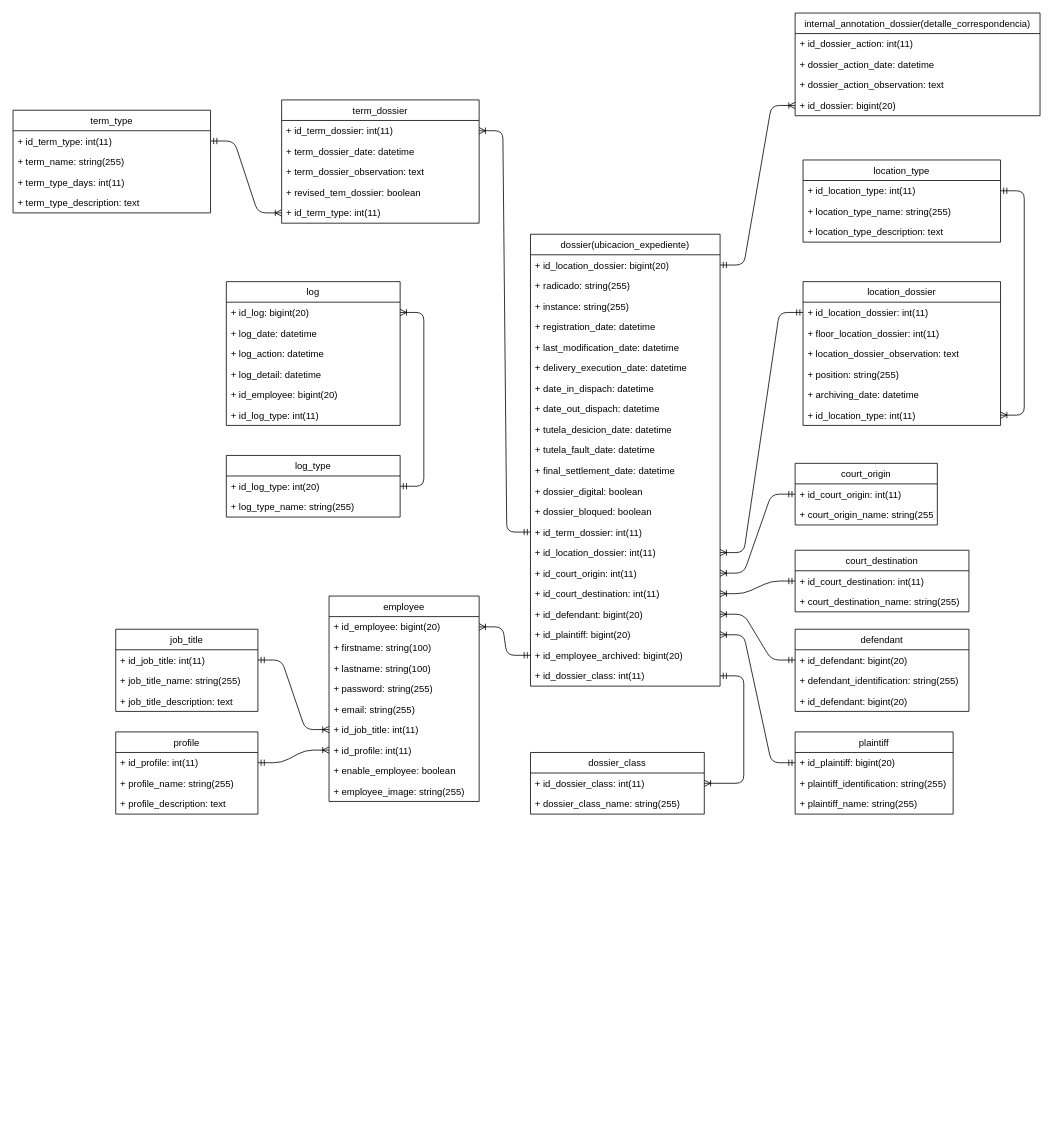
jonanv/ejecucion2 keeps this draw.io diagram as laborales/database/laborales.drawio. Above is the earlier version. Source tidied: cells renumbered, new cells numbered last; positions are measured from the earlier drawing's top-left corner, leaving out a move shared by most shapes. Both pictures are drawn from the tidied source at 79%, with x=0, y=0 at pixel (13, 13).
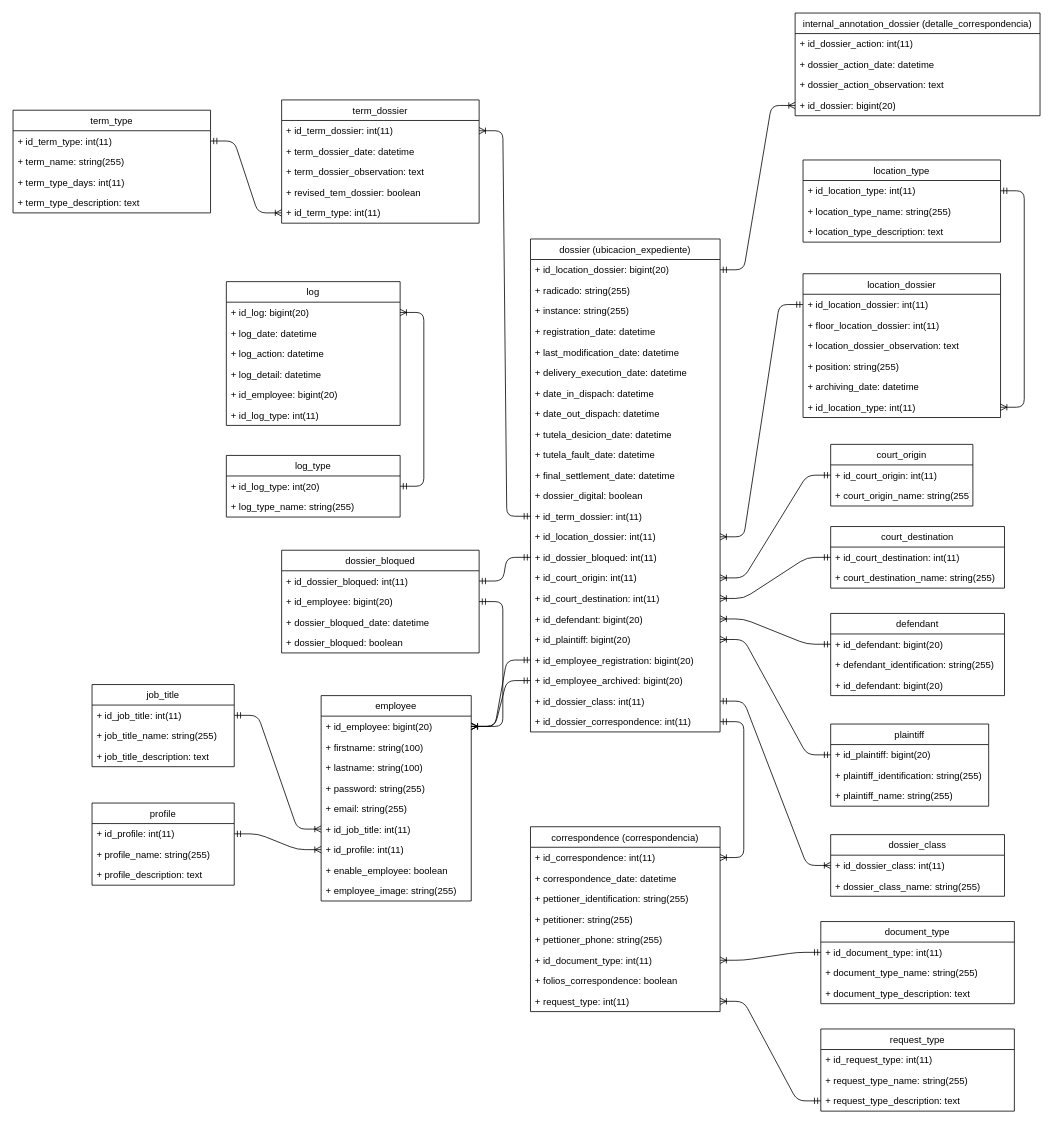
The same diagram, later.

The change refers to these unchanged cells:
```xml
<mxCell id="3" value="+ id_employee: bigint(20)" style="text;strokeColor=none;fillColor=none;align=left;verticalAlign=top;spacingLeft=4;spacingRight=4;overflow=hidden;points=[[0,0.5],[1,0.5]];portConstraint=eastwest;" parent="2" vertex="1">
  <mxGeometry y="26" width="190" height="26" as="geometry" />
</mxCell>
```

Change to the diagram source:
```diff
@@
     <mxCell id="2" value="employee" style="swimlane;fontStyle=0;horizontal=1;startSize=26;fillColor=none;" parent="1" vertex="1">
-      <mxGeometry x="400" y="738" width="190" height="260" as="geometry" />
+      <mxGeometry x="390" y="864" width="190" height="260" as="geometry" />
     </mxCell>
@@
     <mxCell id="12" value="job_title" style="swimlane;fontStyle=0;horizontal=1;startSize=26;fillColor=none;" parent="1" vertex="1">
-      <mxGeometry x="130" y="780" width="180" height="104" as="geometry" />
+      <mxGeometry x="100" y="850" width="180" height="104" as="geometry" />
     </mxCell>
@@
     <mxCell id="17" value="profile" style="swimlane;fontStyle=0;horizontal=1;startSize=26;fillColor=none;" parent="1" vertex="1">
-      <mxGeometry x="130" y="910" width="180" height="104" as="geometry" />
+      <mxGeometry x="100" y="1000" width="180" height="104" as="geometry" />
     </mxCell>
@@
     <mxCell id="22" value="defendant" style="swimlane;fontStyle=0;horizontal=1;startSize=26;fillColor=none;" parent="1" vertex="1">
-      <mxGeometry x="990" y="780" width="220" height="104" as="geometry" />
+      <mxGeometry x="1035" y="760" width="220" height="104" as="geometry" />
     </mxCell>
@@
     <mxCell id="26" value="plaintiff" style="swimlane;fontStyle=0;horizontal=1;startSize=26;fillColor=none;" parent="1" vertex="1">
-      <mxGeometry x="990" y="910" width="200" height="104" as="geometry" />
+      <mxGeometry x="1035" y="900" width="200" height="104" as="geometry" />
     </mxCell>
@@
     <mxCell id="30" value="court_origin" style="swimlane;fontStyle=0;horizontal=1;startSize=26;fillColor=none;" parent="1" vertex="1">
-      <mxGeometry x="990" y="570" width="180" height="78" as="geometry" />
+      <mxGeometry x="1035" y="546" width="180" height="78" as="geometry" />
     </mxCell>
@@
     <mxCell id="33" value="court_destination" style="swimlane;fontStyle=0;horizontal=1;startSize=26;fillColor=none;" parent="1" vertex="1">
-      <mxGeometry x="990" y="680" width="220" height="78" as="geometry" />
+      <mxGeometry x="1035" y="650" width="220" height="78" as="geometry" />
     </mxCell>
@@
-    <mxCell id="36" value="dossier(ubicacion_expediente)" style="swimlane;fontStyle=0;horizontal=1;startSize=26;fillColor=none;" parent="1" vertex="1">
-      <mxGeometry x="655" y="280" width="240" height="572" as="geometry" />
+    <mxCell id="36" value="dossier (ubicacion_expediente)" style="swimlane;fontStyle=0;horizontal=1;startSize=26;fillColor=none;" parent="1" vertex="1">
+      <mxGeometry x="655" y="286" width="240" height="624" as="geometry" />
     </mxCell>
@@
-    <mxCell id="49" value="+ dossier_bloqued: boolean" style="text;strokeColor=none;fillColor=none;align=left;verticalAlign=top;spacingLeft=4;spacingRight=4;overflow=hidden;" parent="36" vertex="1">
-      <mxGeometry y="338" width="240" height="26" as="geometry" />
-    </mxCell>
     <mxCell id="50" value="+ id_term_dossier: int(11)" style="text;strokeColor=none;fillColor=none;align=left;verticalAlign=top;spacingLeft=4;spacingRight=4;overflow=hidden;points=[[0,0.5],[1,0.5]];portConstraint=eastwest;" parent="36" vertex="1">
-      <mxGeometry y="364" width="240" height="26" as="geometry" />
+      <mxGeometry y="338" width="240" height="26" as="geometry" />
     </mxCell>
     <mxCell id="51" value="+ id_location_dossier: int(11)" style="text;strokeColor=none;fillColor=none;align=left;verticalAlign=top;spacingLeft=4;spacingRight=4;overflow=hidden;points=[[0,0.5],[1,0.5]];portConstraint=eastwest;" parent="36" vertex="1">
-      <mxGeometry y="390" width="240" height="26" as="geometry" />
+      <mxGeometry y="364" width="240" height="26" as="geometry" />
     </mxCell>
+    <mxCell id="110" value="+ id_dossier_bloqued: int(11)" style="text;strokeColor=none;fillColor=none;align=left;verticalAlign=top;spacingLeft=4;spacingRight=4;overflow=hidden;points=[[0,0.5],[1,0.5]];portConstraint=eastwest;" parent="36" vertex="1">
+      <mxGeometry y="390" width="240" height="26" as="geometry" />
+    </mxCell>
@@
+    <mxCell id="111" value="+ id_employee_registration: bigint(20)" style="text;strokeColor=none;fillColor=none;align=left;verticalAlign=top;spacingLeft=4;spacingRight=4;overflow=hidden;points=[[0,0.5],[1,0.5]];portConstraint=eastwest;" parent="36" vertex="1">
+      <mxGeometry y="520" width="240" height="26" as="geometry" />
+    </mxCell>
     <mxCell id="56" value="+ id_employee_archived: bigint(20)" style="text;strokeColor=none;fillColor=none;align=left;verticalAlign=top;spacingLeft=4;spacingRight=4;overflow=hidden;points=[[0,0.5],[1,0.5]];portConstraint=eastwest;" parent="36" vertex="1">
-      <mxGeometry y="520" width="240" height="26" as="geometry" />
+      <mxGeometry y="546" width="240" height="26" as="geometry" />
     </mxCell>
     <mxCell id="57" value="+ id_dossier_class: int(11)" style="text;strokeColor=none;fillColor=none;align=left;verticalAlign=top;spacingLeft=4;spacingRight=4;overflow=hidden;points=[[0,0.5],[1,0.5]];portConstraint=eastwest;" parent="36" vertex="1">
-      <mxGeometry y="546" width="240" height="26" as="geometry" />
+      <mxGeometry y="572" width="240" height="26" as="geometry" />
     </mxCell>
+    <mxCell id="112" value="+ id_dossier_correspondence: int(11)" style="text;strokeColor=none;fillColor=none;align=left;verticalAlign=top;spacingLeft=4;spacingRight=4;overflow=hidden;points=[[0,0.5],[1,0.5]];portConstraint=eastwest;" parent="36" vertex="1">
+      <mxGeometry y="598" width="240" height="26" as="geometry" />
+    </mxCell>
@@
     <mxCell id="63" value="dossier_class" style="swimlane;fontStyle=0;horizontal=1;startSize=26;fillColor=none;" parent="1" vertex="1">
-      <mxGeometry x="655" y="936" width="220" height="78" as="geometry" />
+      <mxGeometry x="1035" y="1040" width="220" height="78" as="geometry" />
     </mxCell>
@@
-    <mxCell id="78" value="internal_annotation_dossier(detalle_correspondencia)" style="swimlane;fontStyle=0;horizontal=1;startSize=26;fillColor=none;" parent="1" vertex="1">
+    <mxCell id="78" value="internal_annotation_dossier (detalle_correspondencia)" style="swimlane;fontStyle=0;horizontal=1;startSize=26;fillColor=none;" parent="1" vertex="1">
       <mxGeometry x="990" width="310" height="130" as="geometry" />
     </mxCell>
@@
     <mxCell id="94" value="location_dossier" style="swimlane;fontStyle=0;horizontal=1;startSize=26;fillColor=none;" parent="1" vertex="1">
-      <mxGeometry x="1000" y="340" width="250" height="182" as="geometry" />
+      <mxGeometry x="1000" y="330" width="250" height="182" as="geometry" />
     </mxCell>
@@
+    <mxCell id="113" value="correspondence (correspondencia)" style="swimlane;fontStyle=0;horizontal=1;startSize=26;fillColor=none;" parent="1" vertex="1">
+      <mxGeometry x="655" y="1030" width="240" height="234" as="geometry" />
+    </mxCell>
+    <mxCell id="114" value="+ id_correspondence: int(11)" style="text;strokeColor=none;fillColor=none;align=left;verticalAlign=top;spacingLeft=4;spacingRight=4;overflow=hidden;points=[[0,0.5],[1,0.5]];portConstraint=eastwest;" parent="113" vertex="1">
+      <mxGeometry y="26" width="240" height="26" as="geometry" />
+    </mxCell>
+    <mxCell id="115" value="+ correspondence_date: datetime" style="text;strokeColor=none;fillColor=none;align=left;verticalAlign=top;spacingLeft=4;spacingRight=4;overflow=hidden;" parent="113" vertex="1">
+      <mxGeometry y="52" width="240" height="26" as="geometry" />
+    </mxCell>
+    <mxCell id="116" value="+ pettioner_identification: string(255)" style="text;strokeColor=none;fillColor=none;align=left;verticalAlign=top;spacingLeft=4;spacingRight=4;overflow=hidden;" parent="113" vertex="1">
+      <mxGeometry y="78" width="240" height="26" as="geometry" />
+    </mxCell>
+    <mxCell id="117" value="+ petitioner: string(255)" style="text;strokeColor=none;fillColor=none;align=left;verticalAlign=top;spacingLeft=4;spacingRight=4;overflow=hidden;" parent="113" vertex="1">
+      <mxGeometry y="104" width="240" height="26" as="geometry" />
+    </mxCell>
+    <mxCell id="118" value="+ pettioner_phone: string(255)" style="text;strokeColor=none;fillColor=none;align=left;verticalAlign=top;spacingLeft=4;spacingRight=4;overflow=hidden;" parent="113" vertex="1">
+      <mxGeometry y="130" width="240" height="26" as="geometry" />
+    </mxCell>
+    <mxCell id="119" value="+ id_document_type: int(11)" style="text;strokeColor=none;fillColor=none;align=left;verticalAlign=top;spacingLeft=4;spacingRight=4;overflow=hidden;points=[[0,0.5],[1,0.5]];portConstraint=eastwest;" parent="113" vertex="1">
+      <mxGeometry y="156" width="240" height="26" as="geometry" />
+    </mxCell>
+    <mxCell id="120" value="+ folios_correspondence: boolean" style="text;strokeColor=none;fillColor=none;align=left;verticalAlign=top;spacingLeft=4;spacingRight=4;overflow=hidden;" parent="113" vertex="1">
+      <mxGeometry y="182" width="240" height="26" as="geometry" />
+    </mxCell>
+    <mxCell id="121" value="+ request_type: int(11)" style="text;strokeColor=none;fillColor=none;align=left;verticalAlign=top;spacingLeft=4;spacingRight=4;overflow=hidden;points=[[0,0.5],[1,0.5]];portConstraint=eastwest;" parent="113" vertex="1">
+      <mxGeometry y="208" width="240" height="26" as="geometry" />
+    </mxCell>
+    <mxCell id="122" value="document_type" style="swimlane;fontStyle=0;horizontal=1;startSize=26;fillColor=none;" parent="1" vertex="1">
+      <mxGeometry x="1022.5" y="1150" width="245" height="104" as="geometry" />
+    </mxCell>
+    <mxCell id="123" value="+ id_document_type: int(11)" style="text;strokeColor=none;fillColor=none;align=left;verticalAlign=top;spacingLeft=4;spacingRight=4;overflow=hidden;points=[[0,0.5],[1,0.5]];portConstraint=eastwest;" parent="122" vertex="1">
+      <mxGeometry y="26" width="245" height="26" as="geometry" />
+    </mxCell>
+    <mxCell id="124" value="+ document_type_name: string(255)" style="text;strokeColor=none;fillColor=none;align=left;verticalAlign=top;spacingLeft=4;spacingRight=4;overflow=hidden;" parent="122" vertex="1">
+      <mxGeometry y="52" width="245" height="26" as="geometry" />
+    </mxCell>
+    <mxCell id="125" value="+ document_type_description: text" style="text;strokeColor=none;fillColor=none;align=left;verticalAlign=top;spacingLeft=4;spacingRight=4;overflow=hidden;" parent="122" vertex="1">
+      <mxGeometry y="78" width="245" height="26" as="geometry" />
+    </mxCell>
+    <mxCell id="126" style="edgeStyle=entityRelationEdgeStyle;fontSize=12;html=1;endArrow=ERoneToMany;startArrow=ERmandOne;" parent="1" edge="1" source="123" target="119">
+      <mxGeometry relative="1" as="geometry" />
+    </mxCell>
+    <mxCell id="127" style="edgeStyle=entityRelationEdgeStyle;fontSize=12;html=1;endArrow=ERoneToMany;startArrow=ERmandOne;" parent="1" edge="1" source="112" target="114">
+      <mxGeometry relative="1" as="geometry" />
+    </mxCell>
+    <mxCell id="128" style="edgeStyle=entityRelationEdgeStyle;fontSize=12;html=1;endArrow=ERoneToMany;startArrow=ERmandOne;" parent="1" edge="1" source="111" target="3">
+      <mxGeometry relative="1" as="geometry" />
+    </mxCell>
+    <mxCell id="129" style="edgeStyle=entityRelationEdgeStyle;fontSize=12;html=1;endArrow=ERoneToMany;startArrow=ERmandOne;" parent="1" edge="1" source="132" target="3">
+      <mxGeometry relative="1" as="geometry" />
+    </mxCell>
+    <mxCell id="130" value="dossier_bloqued" style="swimlane;fontStyle=0;horizontal=1;startSize=26;fillColor=none;" parent="1" vertex="1">
+      <mxGeometry x="340" y="680" width="250" height="130" as="geometry" />
+    </mxCell>
+    <mxCell id="131" value="+ id_dossier_bloqued: int(11)" style="text;strokeColor=none;fillColor=none;align=left;verticalAlign=top;spacingLeft=4;spacingRight=4;overflow=hidden;points=[[0,0.5],[1,0.5]];portConstraint=eastwest;" parent="130" vertex="1">
+      <mxGeometry y="26" width="250" height="26" as="geometry" />
+    </mxCell>
+    <mxCell id="132" value="+ id_employee: bigint(20)" style="text;strokeColor=none;fillColor=none;align=left;verticalAlign=top;spacingLeft=4;spacingRight=4;overflow=hidden;points=[[0,0.5],[1,0.5]];portConstraint=eastwest;" parent="130" vertex="1">
+      <mxGeometry y="52" width="250" height="26" as="geometry" />
+    </mxCell>
+    <mxCell id="133" value="+ dossier_bloqued_date: datetime" style="text;strokeColor=none;fillColor=none;align=left;verticalAlign=top;spacingLeft=4;spacingRight=4;overflow=hidden;" parent="130" vertex="1">
+      <mxGeometry y="78" width="250" height="26" as="geometry" />
+    </mxCell>
+    <mxCell id="49" value="+ dossier_bloqued: boolean" style="text;strokeColor=none;fillColor=none;align=left;verticalAlign=top;spacingLeft=4;spacingRight=4;overflow=hidden;" parent="130" vertex="1">
+      <mxGeometry y="104" width="250" height="26" as="geometry" />
+    </mxCell>
+    <mxCell id="134" style="edgeStyle=entityRelationEdgeStyle;fontSize=12;html=1;endArrow=ERmandOne;startArrow=ERmandOne;" parent="1" edge="1" source="131" target="110">
+      <mxGeometry relative="1" as="geometry" />
+    </mxCell>
+    <mxCell id="135" value="request_type" style="swimlane;fontStyle=0;horizontal=1;startSize=26;fillColor=none;" parent="1" vertex="1">
+      <mxGeometry x="1022.5" y="1286" width="245" height="104" as="geometry" />
+    </mxCell>
+    <mxCell id="136" value="+ id_request_type: int(11)" style="text;strokeColor=none;fillColor=none;align=left;verticalAlign=top;spacingLeft=4;spacingRight=4;overflow=hidden;" parent="135" vertex="1">
+      <mxGeometry y="26" width="245" height="26" as="geometry" />
+    </mxCell>
+    <mxCell id="137" value="+ request_type_name: string(255)" style="text;strokeColor=none;fillColor=none;align=left;verticalAlign=top;spacingLeft=4;spacingRight=4;overflow=hidden;" parent="135" vertex="1">
+      <mxGeometry y="52" width="245" height="26" as="geometry" />
+    </mxCell>
+    <mxCell id="138" value="+ request_type_description: text" style="text;strokeColor=none;fillColor=none;align=left;verticalAlign=top;spacingLeft=4;spacingRight=4;overflow=hidden;points=[[0,0.5],[1,0.5]];portConstraint=eastwest;" parent="135" vertex="1">
+      <mxGeometry y="78" width="245" height="26" as="geometry" />
+    </mxCell>
+    <mxCell id="139" style="edgeStyle=entityRelationEdgeStyle;fontSize=12;html=1;endArrow=ERoneToMany;startArrow=ERmandOne;" parent="1" edge="1" source="138" target="121">
+      <mxGeometry relative="1" as="geometry" />
+    </mxCell>
```
